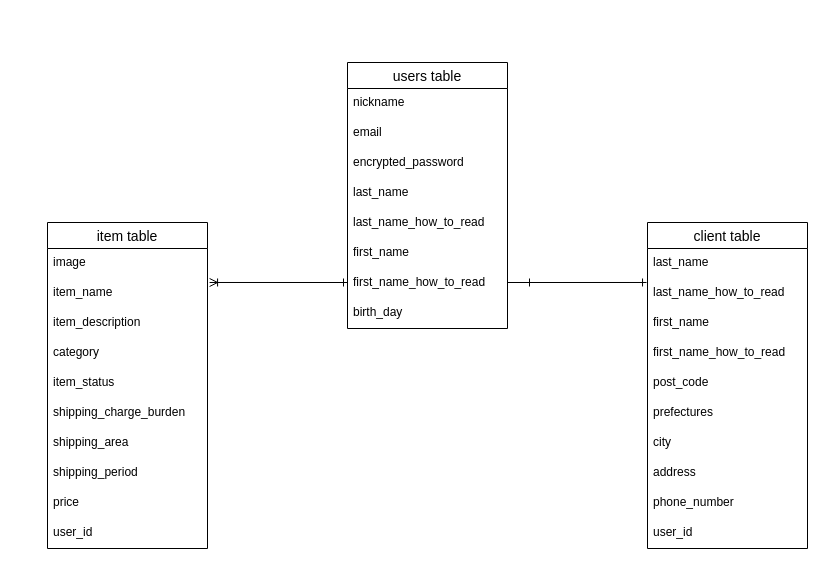
This is furima.dio from KikuchiFumiyasu/furima-34817, a draw.io file, before an edit. Source tidied: cells renumbered, new cells numbered last; positions are measured from the earlier drawing's top-left corner, leaving out a move shared by most shapes. Both pictures are drawn from the tidied source at 100%, with x=0, y=0 at pixel (47, 62).
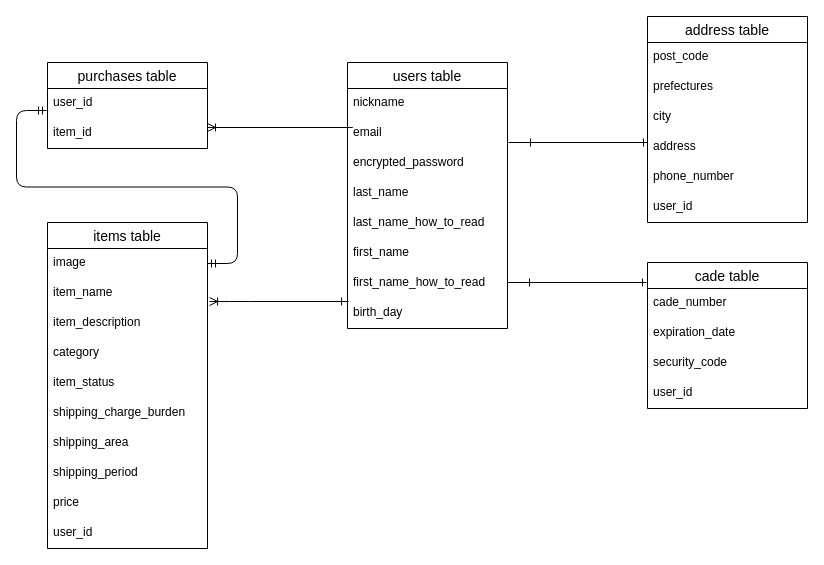
The same page after the edit.

Commit message (it also covers changes not shown here):
データベース修正

Unchanged cells that the change refers to:
```xml
<mxCell id="9" value="first_name_how_to_read" style="text;strokeColor=none;fillColor=none;spacingLeft=4;spacingRight=4;overflow=hidden;points=[[0,0.5],[1,0.5]];portConstraint=eastwest;fontSize=12;" parent="2" vertex="1">
  <mxGeometry y="206" width="160" height="30" as="geometry" />
</mxCell>
<mxCell id="10" value="birth_day" style="text;strokeColor=none;fillColor=none;spacingLeft=4;spacingRight=4;overflow=hidden;points=[[0,0.5],[1,0.5]];portConstraint=eastwest;fontSize=12;" parent="2" vertex="1">
  <mxGeometry y="236" width="160" height="30" as="geometry" />
</mxCell>
<mxCell id="12" value="image" style="text;strokeColor=none;fillColor=none;spacingLeft=4;spacingRight=4;overflow=hidden;points=[[0,0.5],[1,0.5]];portConstraint=eastwest;fontSize=12;" parent="11" vertex="1">
  <mxGeometry y="26" width="160" height="30" as="geometry" />
</mxCell>
<mxCell id="13" value="item_name" style="text;strokeColor=none;fillColor=none;spacingLeft=4;spacingRight=4;overflow=hidden;points=[[0,0.5],[1,0.5]];portConstraint=eastwest;fontSize=12;" parent="11" vertex="1">
  <mxGeometry y="56" width="160" height="30" as="geometry" />
</mxCell>
```

Change to the diagram source:
```diff
@@
-    <mxCell id="11" value="item table" style="swimlane;fontStyle=0;horizontal=1;startSize=26;align=center;fontSize=14;" parent="1" vertex="1">
+    <mxCell id="11" value="items table" style="swimlane;fontStyle=0;horizontal=1;startSize=26;align=center;fontSize=14;" parent="1" vertex="1">
       <mxGeometry y="160" width="160" height="326" as="geometry" />
     </mxCell>
@@
-    <mxCell id="22" value="client table" style="swimlane;fontStyle=0;horizontal=1;startSize=26;align=center;fontSize=14;" parent="1" vertex="1">
-      <mxGeometry x="600" y="160" width="160" height="326" as="geometry" />
+    <mxCell id="22" value="address table" style="swimlane;fontStyle=0;horizontal=1;startSize=26;align=center;fontSize=14;" parent="1" vertex="1">
+      <mxGeometry x="600" y="-46" width="160" height="206" as="geometry" />
     </mxCell>
-    <mxCell id="23" value="last_name" style="text;strokeColor=none;fillColor=none;spacingLeft=4;spacingRight=4;overflow=hidden;fontSize=12;" parent="22" vertex="1">
-      <mxGeometry y="26" width="160" height="30" as="geometry" />
-    </mxCell>
-    <mxCell id="24" value="last_name_how_to_read" style="text;strokeColor=none;fillColor=none;spacingLeft=4;spacingRight=4;overflow=hidden;points=[[0,0.5],[1,0.5]];portConstraint=eastwest;fontSize=12;" parent="22" vertex="1">
-      <mxGeometry y="56" width="160" height="30" as="geometry" />
-    </mxCell>
-    <mxCell id="25" value="first_name" style="text;strokeColor=none;fillColor=none;spacingLeft=4;spacingRight=4;overflow=hidden;fontSize=12;" parent="22" vertex="1">
-      <mxGeometry y="86" width="160" height="30" as="geometry" />
-    </mxCell>
-    <mxCell id="26" value="first_name_how_to_read" style="text;strokeColor=none;fillColor=none;spacingLeft=4;spacingRight=4;overflow=hidden;fontSize=12;" parent="22" vertex="1">
-      <mxGeometry y="116" width="160" height="30" as="geometry" />
-    </mxCell>
     <mxCell id="27" value="post_code" style="text;strokeColor=none;fillColor=none;spacingLeft=4;spacingRight=4;overflow=hidden;fontSize=12;" parent="22" vertex="1">
-      <mxGeometry y="146" width="160" height="30" as="geometry" />
+      <mxGeometry y="26" width="160" height="30" as="geometry" />
     </mxCell>
     <mxCell id="28" value="prefectures" style="text;strokeColor=none;fillColor=none;spacingLeft=4;spacingRight=4;overflow=hidden;fontSize=12;" parent="22" vertex="1">
-      <mxGeometry y="176" width="160" height="30" as="geometry" />
+      <mxGeometry y="56" width="160" height="30" as="geometry" />
     </mxCell>
     <mxCell id="29" value="city" style="text;strokeColor=none;fillColor=none;spacingLeft=4;spacingRight=4;overflow=hidden;fontSize=12;" parent="22" vertex="1">
-      <mxGeometry y="206" width="160" height="30" as="geometry" />
+      <mxGeometry y="86" width="160" height="30" as="geometry" />
     </mxCell>
     <mxCell id="30" value="address" style="text;strokeColor=none;fillColor=none;spacingLeft=4;spacingRight=4;overflow=hidden;fontSize=12;" parent="22" vertex="1">
-      <mxGeometry y="236" width="160" height="30" as="geometry" />
+      <mxGeometry y="116" width="160" height="30" as="geometry" />
     </mxCell>
     <mxCell id="31" value="phone_number" style="text;strokeColor=none;fillColor=none;spacingLeft=4;spacingRight=4;overflow=hidden;fontSize=12;" parent="22" vertex="1">
-      <mxGeometry y="266" width="160" height="30" as="geometry" />
+      <mxGeometry y="146" width="160" height="30" as="geometry" />
     </mxCell>
     <mxCell id="32" value="user_id" style="text;strokeColor=none;fillColor=none;spacingLeft=4;spacingRight=4;overflow=hidden;fontSize=12;" parent="22" vertex="1">
-      <mxGeometry y="296" width="160" height="30" as="geometry" />
+      <mxGeometry y="176" width="160" height="30" as="geometry" />
     </mxCell>
-    <mxCell id="33" style="edgeStyle=entityRelationEdgeStyle;fontSize=12;html=1;endArrow=ERone;endFill=1;" parent="1" edge="1">
+    <mxCell id="33" style="edgeStyle=entityRelationEdgeStyle;fontSize=12;html=1;endArrow=ERone;endFill=1;entryX=-0.012;entryY=1.1;entryDx=0;entryDy=0;entryPerimeter=0;" parent="1" edge="1" target="9">
       <mxGeometry relative="1" as="geometry">
-        <mxPoint x="230" y="220" as="sourcePoint" />
-        <mxPoint x="300" y="220" as="targetPoint" />
+        <mxPoint x="220" y="239" as="sourcePoint" />
       </mxGeometry>
     </mxCell>
-    <mxCell id="34" style="edgeStyle=entityRelationEdgeStyle;fontSize=12;html=1;endArrow=ERoneToMany;entryX=1.013;entryY=0.133;entryDx=0;entryDy=0;entryPerimeter=0;" parent="1" edge="1" target="13">
-      <mxGeometry relative="1" as="geometry">
-        <mxPoint x="260" y="220" as="sourcePoint" />
-      </mxGeometry>
+    <mxCell id="34" style="edgeStyle=entityRelationEdgeStyle;fontSize=12;html=1;endArrow=ERoneToMany;entryX=1.013;entryY=0.767;entryDx=0;entryDy=0;entryPerimeter=0;exitX=0.006;exitY=0.1;exitDx=0;exitDy=0;exitPerimeter=0;" parent="1" edge="1" source="10" target="13">
+      <mxGeometry relative="1" as="geometry" />
     </mxCell>
-    <mxCell id="35" style="edgeStyle=entityRelationEdgeStyle;fontSize=12;html=1;endArrow=ERone;endFill=1;entryX=-0.006;entryY=0.133;entryDx=0;entryDy=0;entryPerimeter=0;" parent="1" edge="1" target="24">
+    <mxCell id="35" style="edgeStyle=entityRelationEdgeStyle;fontSize=12;html=1;endArrow=ERone;endFill=1;entryX=-0.006;entryY=0.133;entryDx=0;entryDy=0;entryPerimeter=0;" parent="1" edge="1">
       <mxGeometry relative="1" as="geometry">
         <mxPoint x="460" y="220" as="sourcePoint" />
+        <mxPoint x="599" y="220" as="targetPoint" />
       </mxGeometry>
     </mxCell>
@@
+    <mxCell id="37" value="cade table" style="swimlane;fontStyle=0;horizontal=1;startSize=26;align=center;fontSize=14;" parent="1" vertex="1">
+      <mxGeometry x="600" y="200" width="160" height="146" as="geometry" />
+    </mxCell>
+    <mxCell id="38" value="cade_number" style="text;strokeColor=none;fillColor=none;spacingLeft=4;spacingRight=4;overflow=hidden;fontSize=12;" parent="37" vertex="1">
+      <mxGeometry y="26" width="160" height="30" as="geometry" />
+    </mxCell>
+    <mxCell id="39" value="expiration_date" style="text;strokeColor=none;fillColor=none;spacingLeft=4;spacingRight=4;overflow=hidden;fontSize=12;" parent="37" vertex="1">
+      <mxGeometry y="56" width="160" height="30" as="geometry" />
+    </mxCell>
+    <mxCell id="40" value="security_code" style="text;strokeColor=none;fillColor=none;spacingLeft=4;spacingRight=4;overflow=hidden;fontSize=12;" parent="37" vertex="1">
+      <mxGeometry y="86" width="160" height="30" as="geometry" />
+    </mxCell>
+    <mxCell id="41" value="user_id" style="text;strokeColor=none;fillColor=none;spacingLeft=4;spacingRight=4;overflow=hidden;fontSize=12;" parent="37" vertex="1">
+      <mxGeometry y="116" width="160" height="30" as="geometry" />
+    </mxCell>
+    <mxCell id="42" style="edgeStyle=entityRelationEdgeStyle;fontSize=12;html=1;endArrow=ERone;endFill=1;entryX=-0.006;entryY=0.133;entryDx=0;entryDy=0;entryPerimeter=0;" parent="1" edge="1">
+      <mxGeometry relative="1" as="geometry">
+        <mxPoint x="461" y="80" as="sourcePoint" />
+        <mxPoint x="600" y="80" as="targetPoint" />
+      </mxGeometry>
+    </mxCell>
+    <mxCell id="43" style="edgeStyle=entityRelationEdgeStyle;fontSize=12;html=1;endArrow=ERone;endFill=1;" parent="1" edge="1">
+      <mxGeometry relative="1" as="geometry">
+        <mxPoint x="557" y="80" as="sourcePoint" />
+        <mxPoint x="487" y="80" as="targetPoint" />
+      </mxGeometry>
+    </mxCell>
+    <mxCell id="44" value="purchases table" style="swimlane;fontStyle=0;horizontal=1;startSize=26;align=center;fontSize=14;" parent="1" vertex="1">
+      <mxGeometry width="160" height="86" as="geometry" />
+    </mxCell>
+    <mxCell id="45" value="user_id" style="text;strokeColor=none;fillColor=none;spacingLeft=4;spacingRight=4;overflow=hidden;fontSize=12;" parent="44" vertex="1">
+      <mxGeometry y="26" width="160" height="30" as="geometry" />
+    </mxCell>
+    <mxCell id="46" value="item_id" style="text;strokeColor=none;fillColor=none;spacingLeft=4;spacingRight=4;overflow=hidden;points=[[0,0.5],[1,0.5]];portConstraint=eastwest;fontSize=12;" parent="44" vertex="1">
+      <mxGeometry y="56" width="160" height="30" as="geometry" />
+    </mxCell>
+    <mxCell id="47" style="edgeStyle=entityRelationEdgeStyle;fontSize=12;html=1;endArrow=ERoneToMany;entryX=1;entryY=0.3;entryDx=0;entryDy=0;entryPerimeter=0;" parent="1" edge="1" target="46">
+      <mxGeometry relative="1" as="geometry">
+        <mxPoint x="280" y="65" as="sourcePoint" />
+      </mxGeometry>
+    </mxCell>
+    <mxCell id="48" style="edgeStyle=entityRelationEdgeStyle;fontSize=12;html=1;endArrow=ERmandOne;startArrow=ERmandOne;exitX=1;exitY=0.5;exitDx=0;exitDy=0;" parent="1" edge="1" source="12">
+      <mxGeometry relative="1" as="geometry">
+        <mxPoint x="-1" y="48" as="targetPoint" />
+      </mxGeometry>
+    </mxCell>
```
